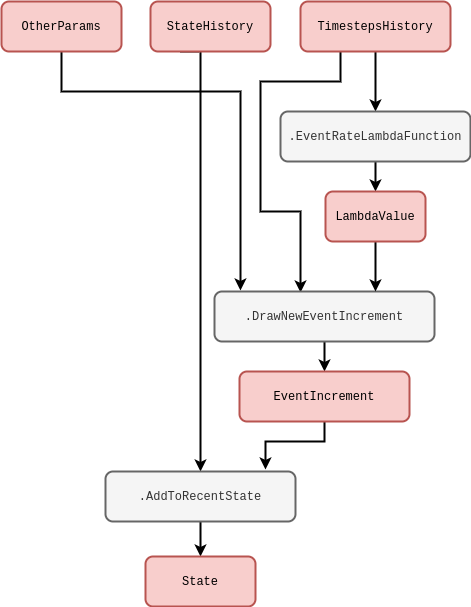
Above: assets/stochadexI/stochadexI-inhomogeneous-poisson.drawio.png in umbralcalc/umbralcalc.github.io (draw.io), before the change. Source tidied: cells renumbered, new cells last; positions are measured from the earlier drawing's top-left corner, leaving out a move shared by most shapes. Source of this version:
```xml
<mxGraphModel>
  <root>
    <mxCell id="0" />
    <mxCell id="1" parent="0" />
    <mxCell id="2" style="edgeStyle=orthogonalEdgeStyle;rounded=0;jettySize=auto;html=1;strokeWidth=2;exitX=0.25;exitY=1;exitDx=0;exitDy=0;entryX=0.5;entryY=0;entryDx=0;entryDy=0;" parent="1" edge="1" source="3" target="10">
      <mxGeometry relative="1" as="geometry">
        <Array as="points">
          <mxPoint x="199" y="50" />
        </Array>
      </mxGeometry>
    </mxCell>
    <mxCell id="3" value="&lt;font face=&quot;Courier New&quot;&gt;StateHistory&lt;/font&gt;" style="rounded=1;whiteSpace=wrap;html=1;strokeWidth=2;fillColor=#f8cecc;strokeColor=#b85450;" parent="1" vertex="1">
      <mxGeometry x="149" width="120" height="50" as="geometry" />
    </mxCell>
    <mxCell id="4" style="edgeStyle=orthogonalEdgeStyle;rounded=0;jettySize=auto;html=1;strokeWidth=2;" parent="1" edge="1" source="6" target="13">
      <mxGeometry relative="1" as="geometry" />
    </mxCell>
    <mxCell id="5" style="edgeStyle=orthogonalEdgeStyle;rounded=0;jettySize=auto;html=1;strokeWidth=2;entryX=0.391;entryY=0.02;entryDx=0;entryDy=0;entryPerimeter=0;" parent="1" edge="1" source="6" target="15">
      <mxGeometry relative="1" as="geometry">
        <Array as="points">
          <mxPoint x="339" y="80" />
          <mxPoint x="259" y="80" />
          <mxPoint x="259" y="210" />
          <mxPoint x="299" y="210" />
        </Array>
      </mxGeometry>
    </mxCell>
    <mxCell id="6" value="&lt;font face=&quot;Courier New&quot;&gt;TimestepsHistory&lt;/font&gt;" style="rounded=1;whiteSpace=wrap;html=1;strokeWidth=2;fillColor=#f8cecc;strokeColor=#b85450;" parent="1" vertex="1">
      <mxGeometry x="299" width="150" height="50" as="geometry" />
    </mxCell>
    <mxCell id="7" style="edgeStyle=orthogonalEdgeStyle;rounded=0;jettySize=auto;html=1;entryX=0.118;entryY=-0.02;entryDx=0;entryDy=0;strokeWidth=2;entryPerimeter=0;" parent="1" edge="1" source="8" target="15">
      <mxGeometry relative="1" as="geometry">
        <Array as="points">
          <mxPoint x="60" y="90" />
          <mxPoint x="239" y="90" />
        </Array>
      </mxGeometry>
    </mxCell>
    <mxCell id="8" value="&lt;font face=&quot;Courier New&quot;&gt;OtherParams&lt;/font&gt;" style="rounded=1;whiteSpace=wrap;html=1;strokeWidth=2;fillColor=#f8cecc;strokeColor=#b85450;" parent="1" vertex="1">
      <mxGeometry width="120" height="50" as="geometry" />
    </mxCell>
    <mxCell id="9" style="edgeStyle=orthogonalEdgeStyle;rounded=0;jettySize=auto;html=1;strokeWidth=2;" parent="1" edge="1" source="10" target="11">
      <mxGeometry relative="1" as="geometry" />
    </mxCell>
    <mxCell id="10" value="&lt;font face=&quot;Courier New&quot;&gt;.AddToRecentState&lt;/font&gt;" style="rounded=1;whiteSpace=wrap;html=1;strokeWidth=2;fillColor=#f5f5f5;fontColor=#333333;strokeColor=#666666;" parent="1" vertex="1">
      <mxGeometry x="104" y="470" width="190" height="50" as="geometry" />
    </mxCell>
    <mxCell id="11" value="&lt;font face=&quot;Courier New&quot;&gt;State&lt;/font&gt;" style="rounded=1;whiteSpace=wrap;html=1;strokeWidth=2;fillColor=#f8cecc;strokeColor=#b85450;" parent="1" vertex="1">
      <mxGeometry x="144" y="555" width="110" height="50" as="geometry" />
    </mxCell>
    <mxCell id="12" style="edgeStyle=orthogonalEdgeStyle;rounded=0;jettySize=auto;html=1;strokeWidth=2;" parent="1" edge="1" source="13" target="19">
      <mxGeometry relative="1" as="geometry" />
    </mxCell>
    <mxCell id="13" value="&lt;font face=&quot;Courier New&quot;&gt;.EventRateLambdaFunction&lt;/font&gt;" style="rounded=1;whiteSpace=wrap;html=1;strokeWidth=2;fillColor=#f5f5f5;fontColor=#333333;strokeColor=#666666;" parent="1" vertex="1">
      <mxGeometry x="279" y="110" width="190" height="50" as="geometry" />
    </mxCell>
    <mxCell id="14" style="edgeStyle=orthogonalEdgeStyle;rounded=0;jettySize=auto;html=1;strokeWidth=2;" parent="1" edge="1" source="15" target="17">
      <mxGeometry relative="1" as="geometry" />
    </mxCell>
    <mxCell id="15" value="&lt;font face=&quot;Courier New&quot;&gt;.DrawNewEventIncrement&lt;/font&gt;" style="rounded=1;whiteSpace=wrap;html=1;strokeWidth=2;fillColor=#f5f5f5;fontColor=#333333;strokeColor=#666666;" parent="1" vertex="1">
      <mxGeometry x="213" y="290" width="220" height="50" as="geometry" />
    </mxCell>
    <mxCell id="16" style="edgeStyle=orthogonalEdgeStyle;rounded=0;jettySize=auto;html=1;strokeWidth=2;entryX=0.842;entryY=-0.04;entryDx=0;entryDy=0;entryPerimeter=0;" parent="1" edge="1" source="17" target="10">
      <mxGeometry relative="1" as="geometry">
        <Array as="points">
          <mxPoint x="323" y="440" />
          <mxPoint x="264" y="440" />
        </Array>
      </mxGeometry>
    </mxCell>
    <mxCell id="17" value="&lt;font face=&quot;Courier New&quot;&gt;EventIncrement&lt;/font&gt;" style="rounded=1;whiteSpace=wrap;html=1;strokeWidth=2;fillColor=#f8cecc;strokeColor=#b85450;" parent="1" vertex="1">
      <mxGeometry x="238" y="370" width="170" height="50" as="geometry" />
    </mxCell>
    <mxCell id="18" style="edgeStyle=orthogonalEdgeStyle;rounded=0;jettySize=auto;html=1;strokeWidth=2;" parent="1" edge="1" source="19" target="15">
      <mxGeometry relative="1" as="geometry">
        <Array as="points">
          <mxPoint x="374" y="280" />
          <mxPoint x="374" y="280" />
        </Array>
      </mxGeometry>
    </mxCell>
    <mxCell id="19" value="&lt;font face=&quot;Courier New&quot;&gt;LambdaValue&lt;/font&gt;" style="rounded=1;whiteSpace=wrap;html=1;strokeWidth=2;fillColor=#f8cecc;strokeColor=#b85450;" parent="1" vertex="1">
      <mxGeometry x="324" y="190" width="100" height="50" as="geometry" />
    </mxCell>
  </root>
</mxGraphModel>
```
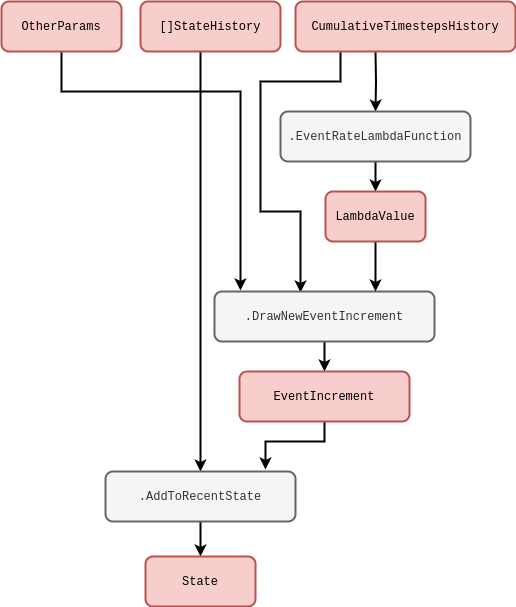
Later version of the same file.

Change to the diagram source:
```diff
@@ -2,21 +2,22 @@
   <root>
     <mxCell id="0" />
     <mxCell id="1" parent="0" />
-    <mxCell id="2" style="edgeStyle=orthogonalEdgeStyle;rounded=0;jettySize=auto;html=1;strokeWidth=2;exitX=0.25;exitY=1;exitDx=0;exitDy=0;entryX=0.5;entryY=0;entryDx=0;entryDy=0;" parent="1" edge="1" source="3" target="10">
+    <mxCell id="2" style="edgeStyle=orthogonalEdgeStyle;rounded=0;jettySize=auto;html=1;strokeWidth=2;exitX=0.421;exitY=0.96;exitDx=0;exitDy=0;entryX=0.5;entryY=0;entryDx=0;entryDy=0;exitPerimeter=0;" parent="1" edge="1" source="21" target="10">
       <mxGeometry relative="1" as="geometry">
         <Array as="points">
-          <mxPoint x="199" y="50" />
+          <mxPoint x="198" y="37" />
+          <mxPoint x="199" y="37" />
         </Array>
       </mxGeometry>
     </mxCell>
-    <mxCell id="3" value="&lt;font face=&quot;Courier New&quot;&gt;StateHistory&lt;/font&gt;" style="rounded=1;whiteSpace=wrap;html=1;strokeWidth=2;fillColor=#f8cecc;strokeColor=#b85450;" parent="1" vertex="1">
-      <mxGeometry x="149" width="120" height="50" as="geometry" />
-    </mxCell>
-    <mxCell id="4" style="edgeStyle=orthogonalEdgeStyle;rounded=0;jettySize=auto;html=1;strokeWidth=2;" parent="1" edge="1" source="6" target="13">
-      <mxGeometry relative="1" as="geometry" />
+    <mxCell id="4" style="edgeStyle=orthogonalEdgeStyle;rounded=0;jettySize=auto;html=1;strokeWidth=2;" parent="1" edge="1" target="13">
+      <mxGeometry relative="1" as="geometry">
+        <mxPoint x="374" y="50" as="sourcePoint" />
+      </mxGeometry>
     </mxCell>
-    <mxCell id="5" style="edgeStyle=orthogonalEdgeStyle;rounded=0;jettySize=auto;html=1;strokeWidth=2;entryX=0.391;entryY=0.02;entryDx=0;entryDy=0;entryPerimeter=0;" parent="1" edge="1" source="6" target="15">
+    <mxCell id="5" style="edgeStyle=orthogonalEdgeStyle;rounded=0;jettySize=auto;html=1;strokeWidth=2;entryX=0.391;entryY=0.02;entryDx=0;entryDy=0;entryPerimeter=0;" parent="1" edge="1" target="15">
       <mxGeometry relative="1" as="geometry">
+        <mxPoint x="339" y="50" as="sourcePoint" />
         <Array as="points">
           <mxPoint x="339" y="80" />
           <mxPoint x="259" y="80" />
@@ -25,9 +26,6 @@
         </Array>
       </mxGeometry>
     </mxCell>
-    <mxCell id="6" value="&lt;font face=&quot;Courier New&quot;&gt;TimestepsHistory&lt;/font&gt;" style="rounded=1;whiteSpace=wrap;html=1;strokeWidth=2;fillColor=#f8cecc;strokeColor=#b85450;" parent="1" vertex="1">
-      <mxGeometry x="299" width="150" height="50" as="geometry" />
-    </mxCell>
     <mxCell id="7" style="edgeStyle=orthogonalEdgeStyle;rounded=0;jettySize=auto;html=1;entryX=0.118;entryY=-0.02;entryDx=0;entryDy=0;strokeWidth=2;entryPerimeter=0;" parent="1" edge="1" source="8" target="15">
       <mxGeometry relative="1" as="geometry">
         <Array as="points">
@@ -82,5 +80,11 @@
     <mxCell id="19" value="&lt;font face=&quot;Courier New&quot;&gt;LambdaValue&lt;/font&gt;" style="rounded=1;whiteSpace=wrap;html=1;strokeWidth=2;fillColor=#f8cecc;strokeColor=#b85450;" parent="1" vertex="1">
       <mxGeometry x="324" y="190" width="100" height="50" as="geometry" />
     </mxCell>
+    <mxCell id="20" value="&lt;font face=&quot;Courier New&quot;&gt;CumulativeTimestepsHistory&lt;/font&gt;" style="rounded=1;whiteSpace=wrap;html=1;strokeWidth=2;fillColor=#f8cecc;strokeColor=#b85450;" parent="1" vertex="1">
+      <mxGeometry x="294" width="220" height="50" as="geometry" />
+    </mxCell>
+    <mxCell id="21" value="&lt;font face=&quot;Courier New&quot;&gt;[]StateHistory&lt;/font&gt;" style="rounded=1;whiteSpace=wrap;html=1;strokeWidth=2;fillColor=#f8cecc;strokeColor=#b85450;" parent="1" vertex="1">
+      <mxGeometry x="139" width="140" height="50" as="geometry" />
+    </mxCell>
   </root>
 </mxGraphModel>
```
